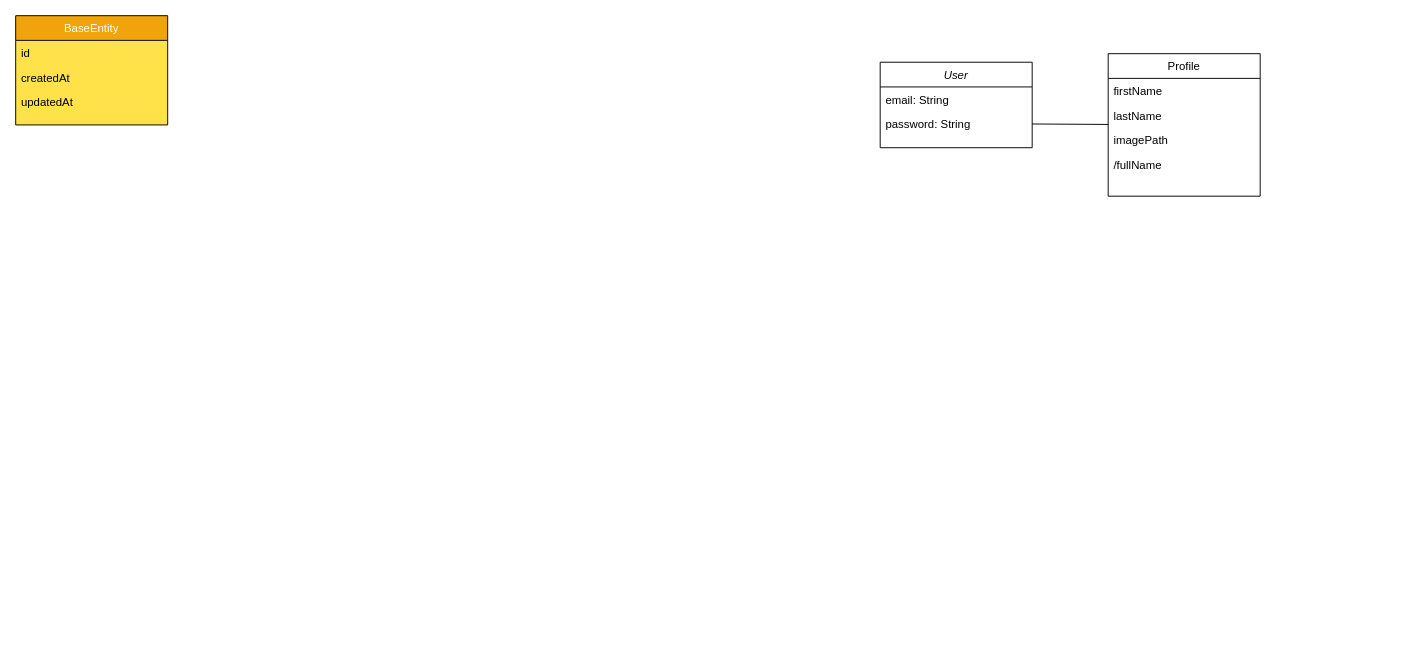
This is Untitled Diagram.drawio from Dabaghi-Anass/content, a draw.io file, before an edit. Source tidied: cells renumbered, new cells numbered last; positions are measured from the earlier drawing's top-left corner, leaving out a move shared by most shapes. Both pictures are drawn from the tidied source at 95%, with x=0, y=0 at pixel (15, 15).
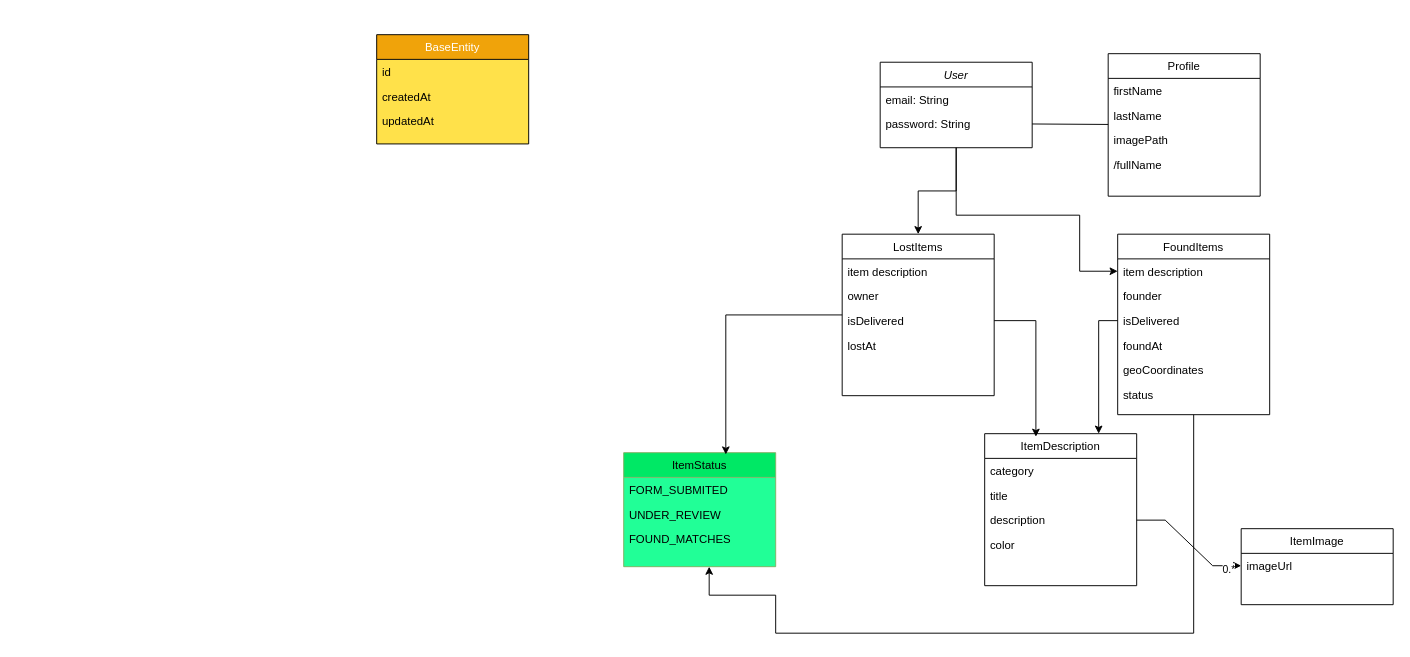
After the change.

The change refers to these unchanged cells:
```xml
<mxCell id="2" value="User" style="swimlane;fontStyle=2;align=center;verticalAlign=top;horizontal=1;startSize=26;rounded=0;shadow=0;strokeWidth=1;" parent="1" vertex="1">
  <mxGeometry x="910" y="49" width="160" height="90" as="geometry" />
</mxCell>
```

Change to the diagram source:
```diff
@@
+    <mxCell id="15" style="edgeStyle=orthogonalEdgeStyle;rounded=0;jettySize=auto;html=1;" parent="1" edge="1" source="2" target="17">
+      <mxGeometry relative="1" as="geometry" />
+    </mxCell>
+    <mxCell id="16" style="edgeStyle=orthogonalEdgeStyle;rounded=0;jettySize=auto;html=1;entryX=0;entryY=0.5;entryDx=0;entryDy=0;" parent="1" edge="1" source="2" target="24">
+      <mxGeometry relative="1" as="geometry">
+        <Array as="points">
+          <mxPoint x="990" y="210" />
+          <mxPoint x="1120" y="210" />
+          <mxPoint x="1120" y="269" />
+        </Array>
+      </mxGeometry>
+    </mxCell>
@@
     <mxCell id="10" value="BaseEntity" style="swimlane;fontStyle=0;align=center;verticalAlign=top;horizontal=1;startSize=26;rounded=0;shadow=0;strokeWidth=1;labelBackgroundColor=none;fillColor=#f0a30a;strokeColor=default;swimlaneFillColor=#FFE14A;fontColor=#FFFFFF;" parent="1" vertex="1">
-      <mxGeometry width="160" height="115" as="geometry" />
+      <mxGeometry x="380" y="20" width="160" height="115" as="geometry" />
     </mxCell>
@@
+    <mxCell id="17" value="LostItems" style="swimlane;fontStyle=0;align=center;verticalAlign=top;horizontal=1;startSize=26;rounded=0;shadow=0;strokeWidth=1;" parent="1" vertex="1">
+      <mxGeometry x="870" y="230" width="160" height="170" as="geometry" />
+    </mxCell>
+    <mxCell id="18" value="item description" style="text;align=left;verticalAlign=top;spacingLeft=4;spacingRight=4;overflow=hidden;rounded=0;shadow=0;html=0;" parent="17" vertex="1">
+      <mxGeometry y="26" width="160" height="26" as="geometry" />
+    </mxCell>
+    <mxCell id="19" value="owner" style="text;align=left;verticalAlign=top;spacingLeft=4;spacingRight=4;overflow=hidden;rounded=0;shadow=0;html=0;" parent="17" vertex="1">
+      <mxGeometry y="52" width="160" height="26" as="geometry" />
+    </mxCell>
+    <mxCell id="20" value="isDelivered&#10;" style="text;align=left;verticalAlign=top;spacingLeft=4;spacingRight=4;overflow=hidden;points=[[0,0.5],[1,0.5]];portConstraint=eastwest;rounded=0;shadow=0;html=0;" parent="17" vertex="1">
+      <mxGeometry y="78" width="160" height="26" as="geometry" />
+    </mxCell>
+    <mxCell id="21" value="lostAt" style="text;align=left;verticalAlign=top;spacingLeft=4;spacingRight=4;overflow=hidden;rounded=0;shadow=0;html=0;" parent="17" vertex="1">
+      <mxGeometry y="104" width="160" height="26" as="geometry" />
+    </mxCell>
+    <mxCell id="22" style="edgeStyle=orthogonalEdgeStyle;rounded=0;jettySize=auto;html=1;" parent="1" edge="1" source="23">
+      <mxGeometry relative="1" as="geometry">
+        <mxPoint x="730" y="580" as="targetPoint" />
+        <Array as="points">
+          <mxPoint x="1240" y="650" />
+          <mxPoint x="800" y="650" />
+          <mxPoint x="800" y="610" />
+          <mxPoint x="730" y="610" />
+        </Array>
+      </mxGeometry>
+    </mxCell>
+    <mxCell id="23" value="FoundItems" style="swimlane;fontStyle=0;align=center;verticalAlign=top;horizontal=1;startSize=26;rounded=0;shadow=0;strokeWidth=1;" parent="1" vertex="1">
+      <mxGeometry x="1160" y="230" width="160" height="190" as="geometry" />
+    </mxCell>
+    <mxCell id="24" value="item description" style="text;align=left;verticalAlign=top;spacingLeft=4;spacingRight=4;overflow=hidden;points=[[0,0.5],[1,0.5]];portConstraint=eastwest;rounded=0;shadow=0;html=0;" parent="23" vertex="1">
+      <mxGeometry y="26" width="160" height="26" as="geometry" />
+    </mxCell>
+    <mxCell id="25" value="founder" style="text;align=left;verticalAlign=top;spacingLeft=4;spacingRight=4;overflow=hidden;rounded=0;shadow=0;html=0;" parent="23" vertex="1">
+      <mxGeometry y="52" width="160" height="26" as="geometry" />
+    </mxCell>
+    <mxCell id="26" value="isDelivered&#10;" style="text;align=left;verticalAlign=top;spacingLeft=4;spacingRight=4;overflow=hidden;points=[[0,0.5],[1,0.5]];portConstraint=eastwest;rounded=0;shadow=0;html=0;" parent="23" vertex="1">
+      <mxGeometry y="78" width="160" height="26" as="geometry" />
+    </mxCell>
+    <mxCell id="27" value="foundAt" style="text;align=left;verticalAlign=top;spacingLeft=4;spacingRight=4;overflow=hidden;rounded=0;shadow=0;html=0;" parent="23" vertex="1">
+      <mxGeometry y="104" width="160" height="26" as="geometry" />
+    </mxCell>
+    <mxCell id="28" value="geoCoordinates" style="text;align=left;verticalAlign=top;spacingLeft=4;spacingRight=4;overflow=hidden;rounded=0;shadow=0;html=0;" parent="23" vertex="1">
+      <mxGeometry y="130" width="160" height="26" as="geometry" />
+    </mxCell>
+    <mxCell id="29" value="status&#10;" style="text;align=left;verticalAlign=top;spacingLeft=4;spacingRight=4;overflow=hidden;rounded=0;shadow=0;html=0;" parent="23" vertex="1">
+      <mxGeometry y="156" width="160" height="26" as="geometry" />
+    </mxCell>
+    <mxCell id="30" value="ItemDescription" style="swimlane;fontStyle=0;align=center;verticalAlign=top;horizontal=1;startSize=26;rounded=0;shadow=0;strokeWidth=1;" parent="1" vertex="1">
+      <mxGeometry x="1020" y="440" width="160" height="160" as="geometry" />
+    </mxCell>
+    <mxCell id="31" value="category" style="text;align=left;verticalAlign=top;spacingLeft=4;spacingRight=4;overflow=hidden;rounded=0;shadow=0;html=0;" parent="30" vertex="1">
+      <mxGeometry y="26" width="160" height="26" as="geometry" />
+    </mxCell>
+    <mxCell id="32" value="title" style="text;align=left;verticalAlign=top;spacingLeft=4;spacingRight=4;overflow=hidden;rounded=0;shadow=0;html=0;" parent="30" vertex="1">
+      <mxGeometry y="52" width="160" height="26" as="geometry" />
+    </mxCell>
+    <mxCell id="33" value="description" style="text;align=left;verticalAlign=top;spacingLeft=4;spacingRight=4;overflow=hidden;points=[[0,0.5],[1,0.5]];portConstraint=eastwest;rounded=0;shadow=0;html=0;" parent="30" vertex="1">
+      <mxGeometry y="78" width="160" height="26" as="geometry" />
+    </mxCell>
+    <mxCell id="34" value="color" style="text;align=left;verticalAlign=top;spacingLeft=4;spacingRight=4;overflow=hidden;rounded=0;shadow=0;html=0;" parent="30" vertex="1">
+      <mxGeometry y="104" width="160" height="26" as="geometry" />
+    </mxCell>
+    <mxCell id="35" value="ItemImage" style="swimlane;fontStyle=0;align=center;verticalAlign=top;horizontal=1;startSize=26;rounded=0;shadow=0;strokeWidth=1;" parent="1" vertex="1">
+      <mxGeometry x="1290" y="540" width="160" height="80" as="geometry" />
+    </mxCell>
+    <mxCell id="36" value="imageUrl" style="text;align=left;verticalAlign=top;spacingLeft=4;spacingRight=4;overflow=hidden;points=[[0,0.5],[1,0.5]];portConstraint=eastwest;rounded=0;shadow=0;html=0;" parent="35" vertex="1">
+      <mxGeometry y="26" width="160" height="26" as="geometry" />
+    </mxCell>
+    <mxCell id="37" style="edgeStyle=entityRelationEdgeStyle;rounded=0;jettySize=auto;html=1;" parent="1" edge="1" source="33" target="36">
+      <mxGeometry relative="1" as="geometry" />
+    </mxCell>
+    <mxCell id="38" value="0.*" style="edgeLabel;html=1;align=center;verticalAlign=middle;" parent="37" vertex="1">
+      <mxGeometry x="0.79" y="-3" relative="1" as="geometry" />
+    </mxCell>
+    <mxCell id="39" style="edgeStyle=orthogonalEdgeStyle;rounded=0;jettySize=auto;html=1;entryX=0.75;entryY=0;entryDx=0;entryDy=0;" parent="1" edge="1" source="26" target="30">
+      <mxGeometry relative="1" as="geometry">
+        <Array as="points">
+          <mxPoint x="1140" y="321" />
+        </Array>
+      </mxGeometry>
+    </mxCell>
+    <mxCell id="40" style="edgeStyle=orthogonalEdgeStyle;rounded=0;jettySize=auto;html=1;exitX=1;exitY=0.5;exitDx=0;exitDy=0;entryX=0.337;entryY=0.02;entryDx=0;entryDy=0;entryPerimeter=0;" parent="1" edge="1" source="20" target="30">
+      <mxGeometry relative="1" as="geometry" />
+    </mxCell>
+    <mxCell id="41" value="ItemStatus&#10;" style="swimlane;fontStyle=0;align=center;verticalAlign=top;horizontal=1;startSize=26;rounded=0;shadow=0;strokeWidth=1;fillColor=#00E865;strokeColor=#82b366;gradientColor=none;swimlaneFillColor=#21FF97;" parent="1" vertex="1">
+      <mxGeometry x="640" y="460" width="160" height="120" as="geometry" />
+    </mxCell>
+    <mxCell id="42" value="FORM_SUBMITED" style="text;align=left;verticalAlign=top;spacingLeft=4;spacingRight=4;overflow=hidden;rounded=0;shadow=0;html=0;" parent="41" vertex="1">
+      <mxGeometry y="26" width="160" height="26" as="geometry" />
+    </mxCell>
+    <mxCell id="43" value="UNDER_REVIEW" style="text;align=left;verticalAlign=top;spacingLeft=4;spacingRight=4;overflow=hidden;rounded=0;shadow=0;html=0;" parent="41" vertex="1">
+      <mxGeometry y="52" width="160" height="26" as="geometry" />
+    </mxCell>
+    <mxCell id="44" value="FOUND_MATCHES" style="text;align=left;verticalAlign=top;spacingLeft=4;spacingRight=4;overflow=hidden;rounded=0;shadow=0;html=0;" parent="41" vertex="1">
+      <mxGeometry y="78" width="160" height="26" as="geometry" />
+    </mxCell>
+    <mxCell id="45" style="edgeStyle=orthogonalEdgeStyle;rounded=0;jettySize=auto;html=1;entryX=0.672;entryY=0.016;entryDx=0;entryDy=0;entryPerimeter=0;" parent="1" edge="1" source="17" target="41">
+      <mxGeometry relative="1" as="geometry" />
+    </mxCell>
```
